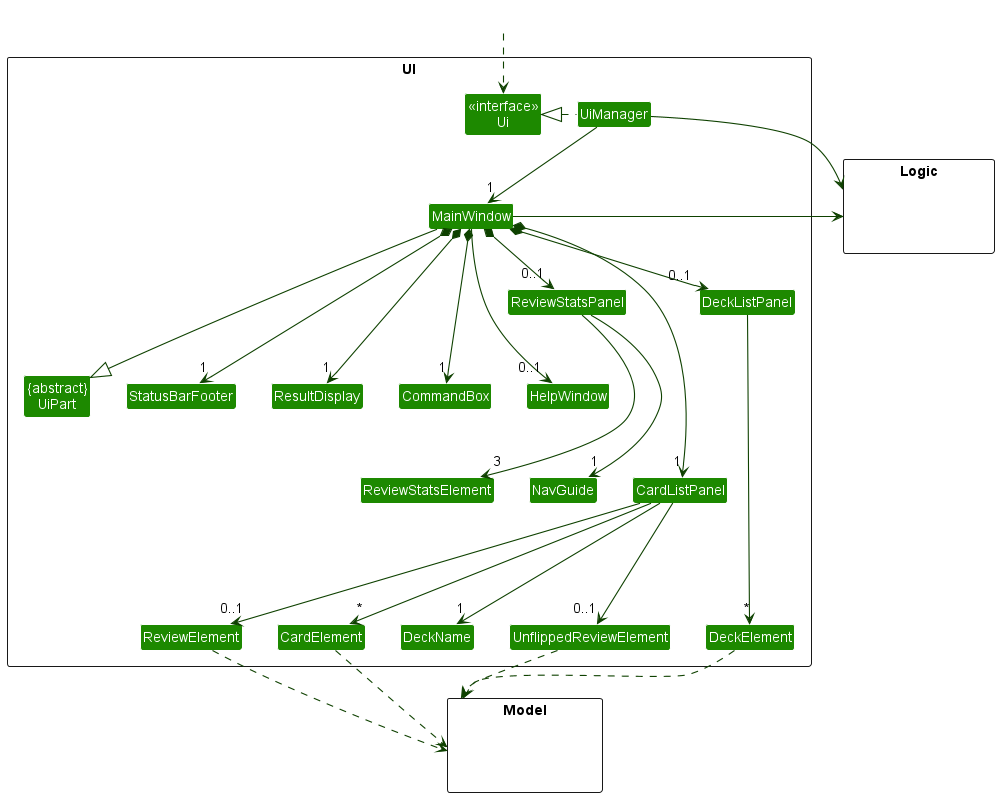
Earlier version of the PlantUML export docs/images/UIClassDiagram.png (nus-cs2103-AY2223S2/tp). Its source is kept beside it as docs/diagrams/UiClassDiagram.puml.
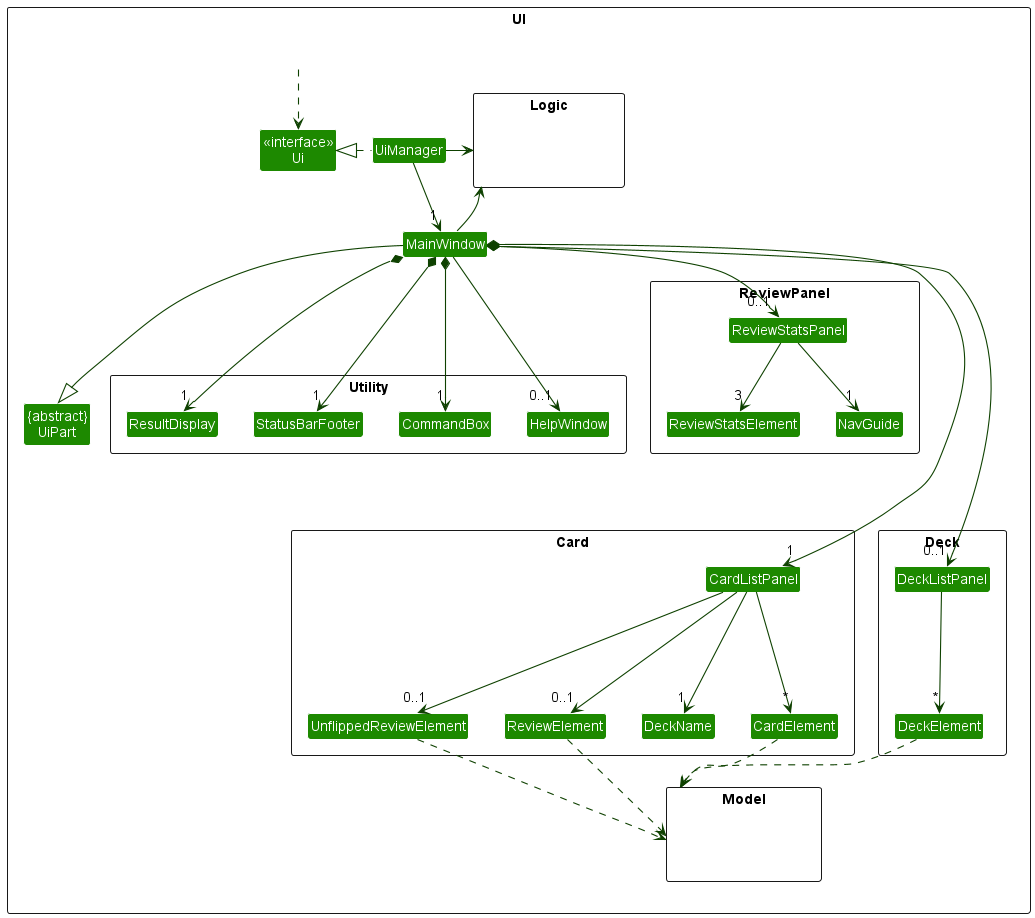
The same file after the commit.

Commit message:
Update DG and improve UI Class Diagram

What changed in the source:
```diff
@@ -9,21 +9,31 @@
 Class "{abstract}\nUiPart" as UiPart
 Class UiManager
 Class MainWindow
-Class HelpWindow
-Class ResultDisplay
-Class CardListPanel
-Class CardElement
-Class DeckName
-Class DeckListPanel
-Class DeckElement
-Class StatusBarFooter
-Class CommandBox
-Class ReviewStatsPanel
-Class ReviewStatsElement
-Class NavGuide
-Class ReviewElement
-Class UnflippedReviewElement
+package "Utility" as Utility<<Rectangle>> {
+    Class HelpWindow
+    Class ResultDisplay
+    Class StatusBarFooter
+    Class CommandBox
 }
+    package "Deck" as Deck<<Rectangle>> {
+        Class DeckListPanel
+        Class DeckElement
+    }
+
+    package "Card" as Card<<Rectangle>> {
+    Class CardListPanel
+    Class CardElement
+    Class DeckName
+    Class ReviewElement
+    Class UnflippedReviewElement
+    }
+
+    package "ReviewPanel" as ReviewPanel<<Rectangle>> {
+        Class ReviewStatsPanel
+        Class ReviewStatsElement
+        Class NavGuide
+    }
+
 
 package Model <<Rectangle>> {
 Class HiddenModel #FFFFFF
@@ -43,18 +53,18 @@
 MainWindow *-down-> "0..1" ReviewStatsPanel
 MainWindow *-down---> "1" CardListPanel
 MainWindow *-down--> "1" StatusBarFooter
-MainWindow *-down-> "0..1" DeckListPanel
+MainWindow *-down----> "0..1" DeckListPanel
 
 CardListPanel -down--> "*" CardElement
 CardListPanel -down--> "1" DeckName
 CardListPanel -down--> "0..1" ReviewElement
 CardListPanel -down--> "0..1" UnflippedReviewElement
 DeckListPanel -down--> "*" DeckElement
-ReviewStatsPanel -down--> "3" ReviewStatsElement
-ReviewStatsPanel -down--> "1" NavGuide
+ReviewStatsPanel -down-> "3" ReviewStatsElement
+ReviewStatsPanel -down-> "1" NavGuide
 MainWindow --> "0..1" HelpWindow
 
-MainWindow ---|> UiPart
+MainWindow -|> UiPart
 
 CardElement ..> Model
 DeckElement ..> Model
@@ -69,7 +79,10 @@
 DeckElement -[hidden]left- ReviewElement
 CommandBox -[hidden]left- ResultDisplay
 ResultDisplay -[hidden]left- StatusBarFooter
-StatusBarFooter -[hidden]left- UiPart
+UiPart -[hidden]left- CommandBox
+UiPart -[hidden]left- ResultDisplay
+UiPart -[hidden]left- HelpWindow
+UiPart -[hidden]left- StatusBarFooter
 ReviewStatsPanel -[hidden]right- CardListPanel
 
 MainWindow -[hidden]-|> UiPart
```
